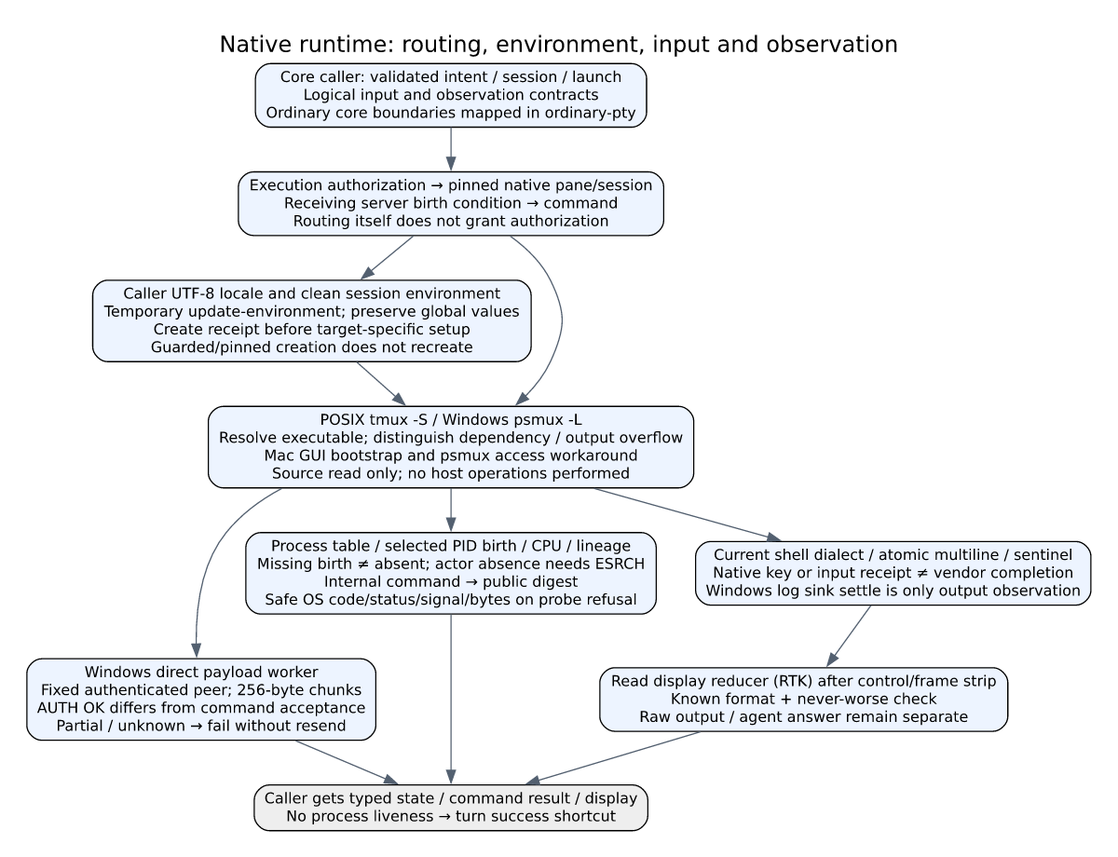
This is docs/architecture/native-runtime.png from kitepon/aiterm-mcp, a Graphviz export, as it was before one commit. Its source is kept beside it as docs/architecture/native-runtime.dot.
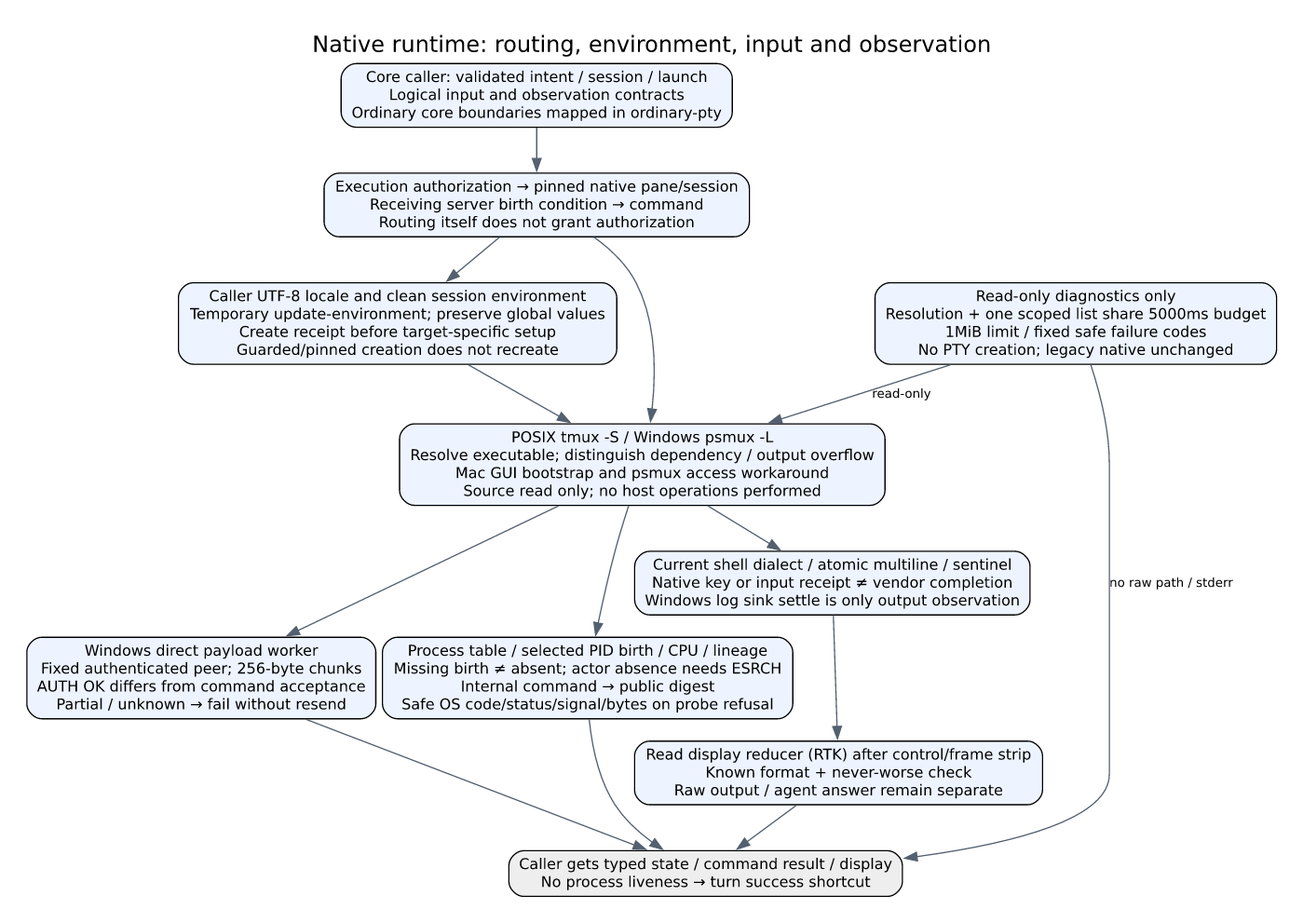
The same diagram one commit later.

Change to the diagram source:
```diff
@@ -10,6 +10,8 @@
  shell [label="Current shell dialect / atomic multiline / sentinel\nNative key or input receipt ≠ vendor completion\nWindows log sink settle is only output observation"];
  display [label="Read display reducer (RTK) after control/frame strip\nKnown format + never-worse check\nRaw output / agent answer remain separate"];
  result [label="Caller gets typed state / command result / display\nNo process liveness → turn success shortcut",fillcolor="#eeeeee"];
+ diagnostic [label="Read-only diagnostics only\nResolution + one scoped list share 5000ms budget\n1MiB limit / fixed safe failure codes\nNo PTY creation; legacy native unchanged"];
+ diagnostic -> backend [label="read-only"];diagnostic -> result [label="no raw path / stderr"];
  core -> gate;gate -> env;env -> backend;gate -> backend;backend -> worker;backend -> processes;backend -> shell;
  processes -> result;worker -> result;shell -> display;display -> result;
 }
```
